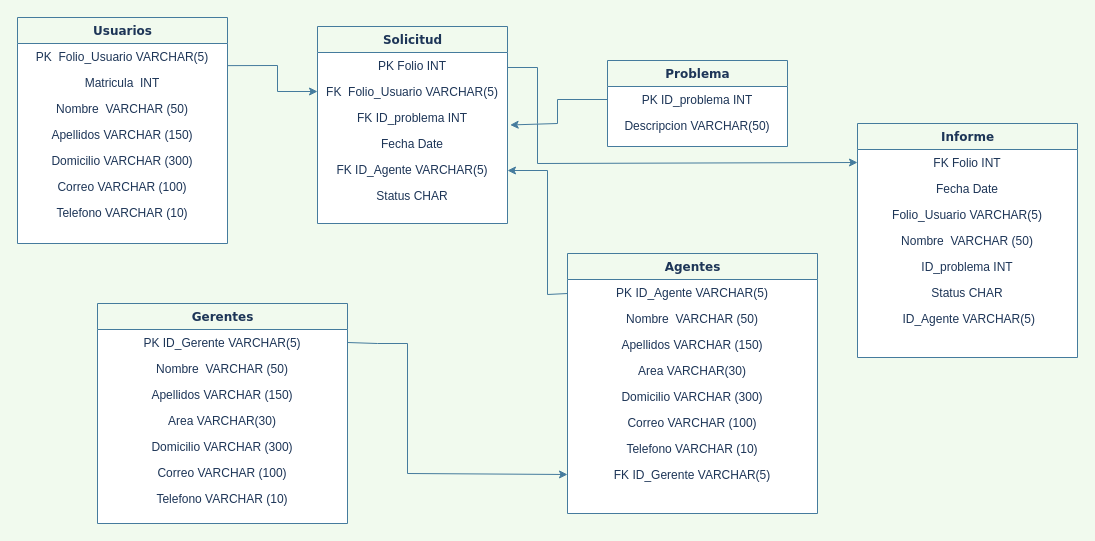
201710223/AtencionAlUsuario keeps this draw.io diagram as Modelo de Base de datos.drawio. Above is the earlier version. Source tidied: cells renumbered, new cells numbered last; positions are measured from the earlier drawing's top-left corner, leaving out a move shared by most shapes. Both pictures are drawn from the tidied source at 100%, with x=0, y=0 at pixel (17, 17).
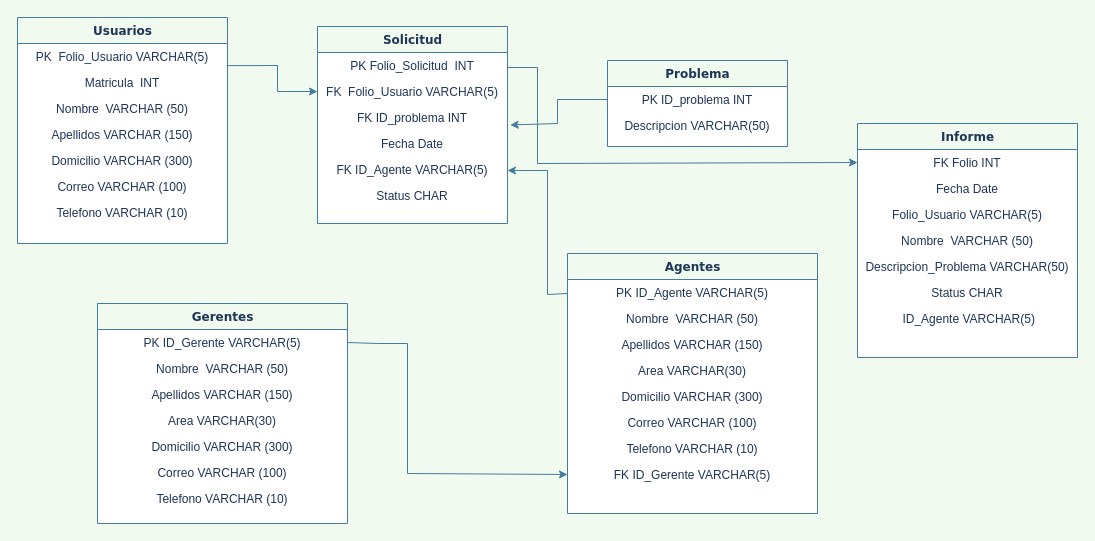
After the change.

Unchanged cells that the change refers to:
```xml
<mxCell id="2" value="Solicitud" style="swimlane;html=1;fontStyle=1;align=center;verticalAlign=top;horizontal=1;startSize=26;swimlaneFillColor=#ffffff;rounded=0;shadow=0;comic=0;labelBackgroundColor=none;strokeWidth=1;fillColor=none;fontFamily=Verdana;fontSize=12;strokeColor=#457B9D;fontColor=#1D3557;" parent="1" vertex="1">
  <mxGeometry x="300" y="9" width="190" height="197" as="geometry" />
</mxCell>
<mxCell id="29" value="Informe" style="swimlane;html=1;fontStyle=1;align=center;verticalAlign=top;horizontal=1;startSize=26;swimlaneFillColor=#ffffff;rounded=0;shadow=0;comic=0;labelBackgroundColor=none;strokeWidth=1;fillColor=none;fontFamily=Verdana;fontSize=12;strokeColor=#457B9D;fontColor=#1D3557;" parent="1" vertex="1">
  <mxGeometry x="840" y="106" width="220" height="234" as="geometry" />
</mxCell>
```

The edit, as a diff of the source:
```diff
@@
-    <mxCell id="3" value="&lt;div style=&quot;&quot;&gt;PK&lt;span style=&quot;white-space: pre;&quot;&gt; &lt;/span&gt;Folio&lt;span style=&quot;white-space: pre;&quot;&gt; &lt;/span&gt;INT&lt;/div&gt;" style="text;html=1;strokeColor=none;fillColor=none;align=center;verticalAlign=top;spacingLeft=4;spacingRight=4;whiteSpace=wrap;overflow=hidden;fontColor=#1D3557;" parent="2" vertex="1">
+    <mxCell id="3" value="&lt;div style=&quot;&quot;&gt;PK&lt;span style=&quot;white-space: pre;&quot;&gt; &lt;/span&gt;Folio_Solicitud&lt;span style=&quot;white-space: pre;&quot;&gt; &lt;span style=&quot;white-space: pre;&quot;&gt; &lt;/span&gt;&lt;/span&gt;INT&lt;/div&gt;" style="text;html=1;strokeColor=none;fillColor=none;align=center;verticalAlign=top;spacingLeft=4;spacingRight=4;whiteSpace=wrap;overflow=hidden;fontColor=#1D3557;" parent="2" vertex="1">
       <mxGeometry y="26" width="190" height="26" as="geometry" />
     </mxCell>
@@
-    <mxCell id="34" value="ID_problema&lt;span style=&quot;white-space: pre;&quot;&gt; &lt;/span&gt;INT" style="text;html=1;strokeColor=none;fillColor=none;align=center;verticalAlign=top;spacingLeft=4;spacingRight=4;whiteSpace=wrap;overflow=hidden;fontColor=#1D3557;" parent="29" vertex="1">
+    <mxCell id="34" value="Descripcion_Problema&lt;span style=&quot;white-space: pre;&quot;&gt; &lt;/span&gt;VARCHAR(50)" style="text;html=1;strokeColor=none;fillColor=none;align=center;verticalAlign=top;spacingLeft=4;spacingRight=4;whiteSpace=wrap;overflow=hidden;fontColor=#1D3557;" parent="29" vertex="1">
       <mxGeometry y="130" width="220" height="26" as="geometry" />
     </mxCell>
```
